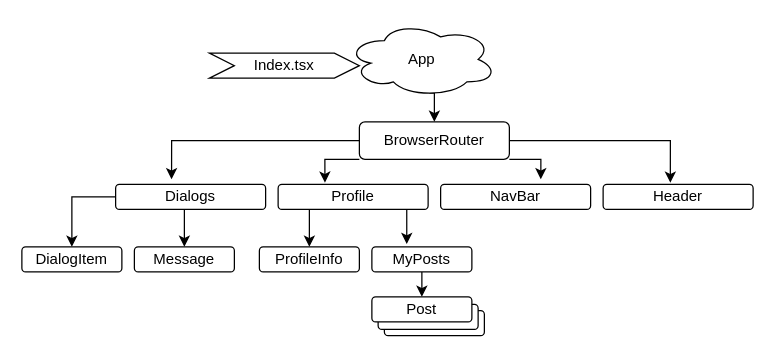
The draw.io diagram Untitled Diagram.drawio in MikeMSK/way_ofThe_samurai, before the edit. Source tidied: cells renumbered, new cells numbered last; positions are measured from the earlier drawing's top-left corner, leaving out a move shared by most shapes. Both pictures are drawn from the tidied source at 125%, with x=0, y=0 at pixel (21, 21).
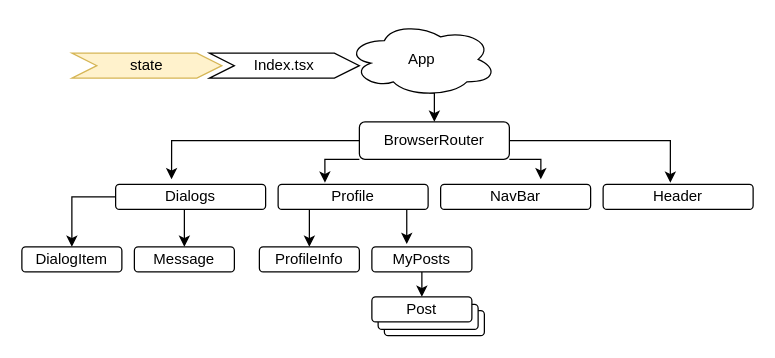
After the change.

The edit, as a diff of the source:
```diff
@@
+    <mxCell id="26" value="state" style="shape=step;perimeter=stepPerimeter;whiteSpace=wrap;html=1;fixedSize=1;fillColor=#fff2cc;strokeColor=#d6b656;" parent="1" vertex="1">
+      <mxGeometry x="40" y="25" width="120" height="20" as="geometry" />
+    </mxCell>
```
